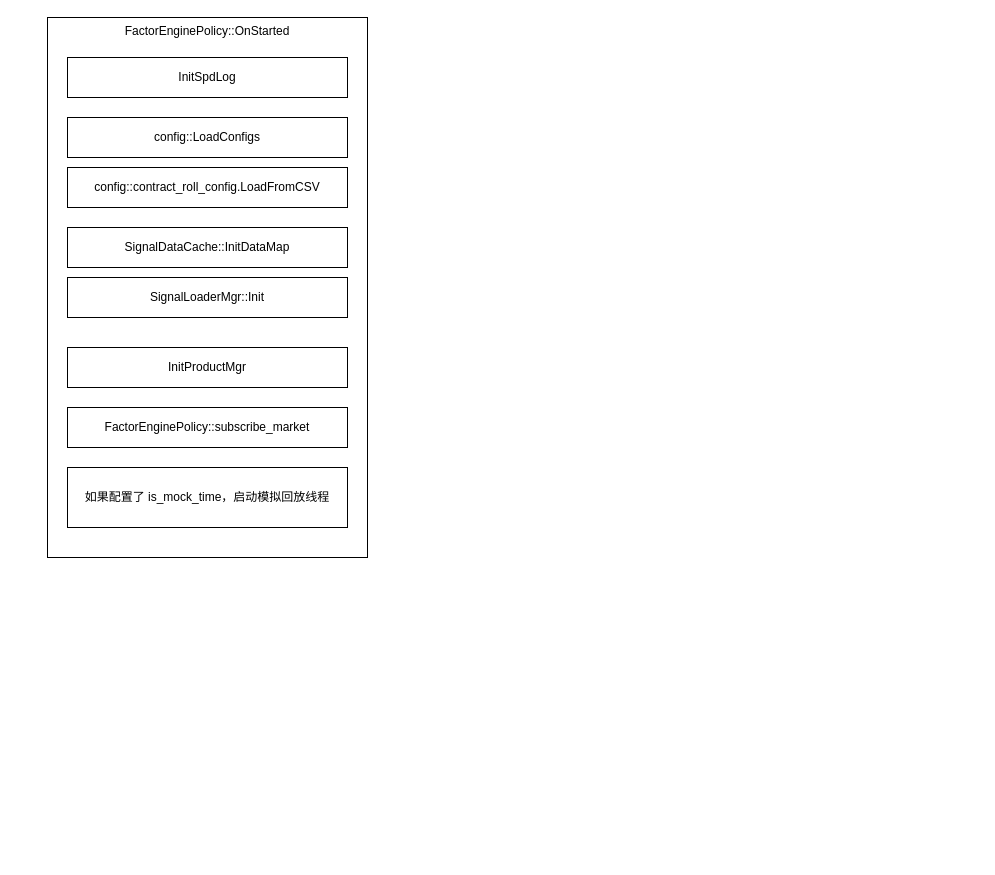
Earlier version of the draw.io diagram capella-signal-code.drawio (zhaxd123/drawio). Source tidied: cells renumbered, new cells numbered last; positions are measured from the earlier drawing's top-left corner, leaving out a move shared by most shapes. Both pictures are drawn from the tidied source at 100%, with x=0, y=0 at pixel (47, 17).
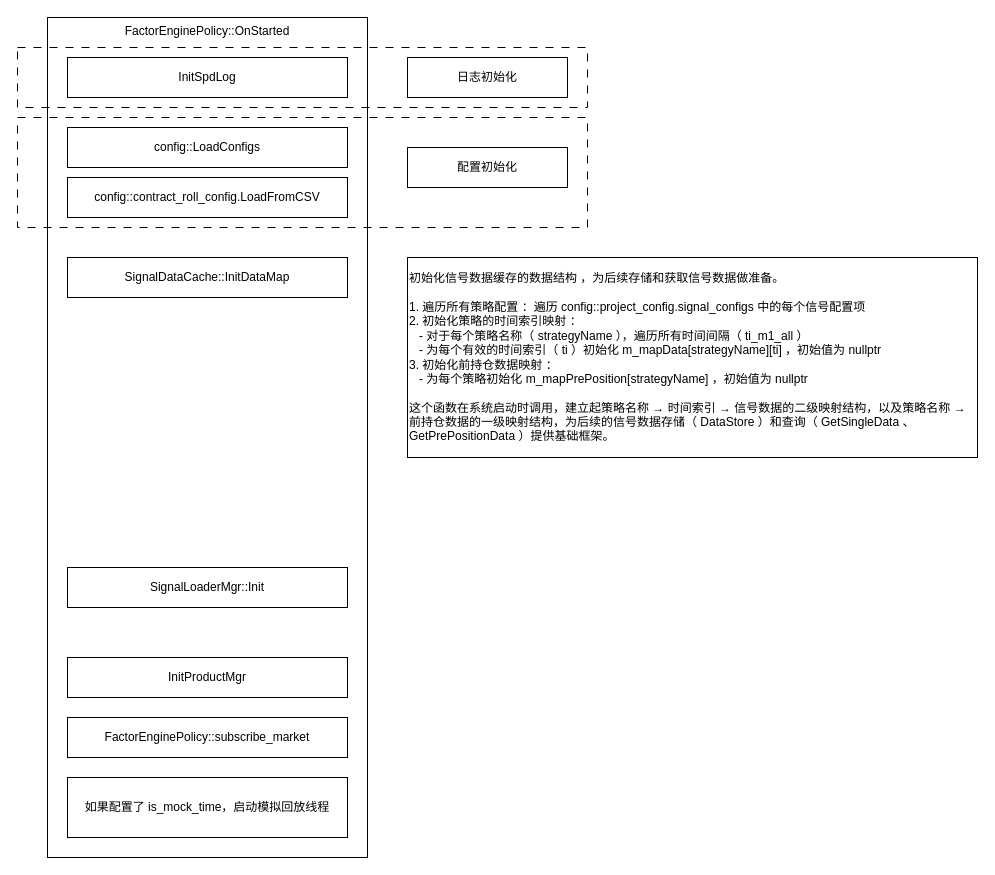
The same page after the edit.

What changed in the source:
```diff
@@
 <mxGraphModel>
   <root>
     <mxCell id="0" />
     <mxCell id="1" parent="0" />
     <mxCell id="2" value="FactorEnginePolicy::OnStarted" style="rounded=0;whiteSpace=wrap;html=1;verticalAlign=top;" parent="1" vertex="1">
-      <mxGeometry width="320" height="540" as="geometry" />
+      <mxGeometry width="320" height="840" as="geometry" />
     </mxCell>
     <mxCell id="3" value="InitSpdLog" style="rounded=0;whiteSpace=wrap;html=1;" parent="1" vertex="1">
       <mxGeometry x="20" y="40" width="280" height="40" as="geometry" />
     </mxCell>
     <mxCell id="4" value="config::LoadConfigs" style="rounded=0;whiteSpace=wrap;html=1;" parent="1" vertex="1">
-      <mxGeometry x="20" y="100" width="280" height="40" as="geometry" />
+      <mxGeometry x="20" y="110" width="280" height="40" as="geometry" />
     </mxCell>
     <mxCell id="5" value="config::contract_roll_config.LoadFromCSV" style="rounded=0;whiteSpace=wrap;html=1;" parent="1" vertex="1">
-      <mxGeometry x="20" y="150" width="280" height="40" as="geometry" />
+      <mxGeometry x="20" y="160" width="280" height="40" as="geometry" />
     </mxCell>
-    <mxCell id="6" value="SignalDataCache::InitDataMap" style="rounded=0;whiteSpace=wrap;html=1;" parent="1" vertex="1">
-      <mxGeometry x="20" y="210" width="280" height="40" as="geometry" />
-    </mxCell>
-    <mxCell id="7" value="SignalLoaderMgr::Init" style="rounded=0;whiteSpace=wrap;html=1;" parent="1" vertex="1">
-      <mxGeometry x="20" y="260" width="280" height="40" as="geometry" />
-    </mxCell>
     <mxCell id="8" value="InitProductMgr" style="rounded=0;whiteSpace=wrap;html=1;" parent="1" vertex="1">
-      <mxGeometry x="20" y="330" width="280" height="40" as="geometry" />
+      <mxGeometry x="20" y="640" width="280" height="40" as="geometry" />
     </mxCell>
     <mxCell id="9" value="FactorEnginePolicy::subscribe_market" style="rounded=0;whiteSpace=wrap;html=1;" parent="1" vertex="1">
-      <mxGeometry x="20" y="390" width="280" height="40" as="geometry" />
+      <mxGeometry x="20" y="700" width="280" height="40" as="geometry" />
     </mxCell>
     <mxCell id="10" value="如果配置了&amp;nbsp;is_mock_time，启动模拟回放线程" style="rounded=0;whiteSpace=wrap;html=1;" parent="1" vertex="1">
-      <mxGeometry x="20" y="450" width="280" height="60" as="geometry" />
+      <mxGeometry x="20" y="760" width="280" height="60" as="geometry" />
     </mxCell>
+    <mxCell id="11" value="日志初始化" style="rounded=0;whiteSpace=wrap;html=1;" parent="1" vertex="1">
+      <mxGeometry x="360" y="40" width="160" height="40" as="geometry" />
+    </mxCell>
+    <mxCell id="12" style="rounded=0;whiteSpace=wrap;html=1;fillColor=none;dashed=1;dashPattern=8 8;" parent="1" vertex="1">
+      <mxGeometry x="-30" y="100" width="570" height="110" as="geometry" />
+    </mxCell>
+    <mxCell id="13" style="rounded=0;whiteSpace=wrap;html=1;fillColor=none;dashed=1;dashPattern=8 8;" parent="1" vertex="1">
+      <mxGeometry x="-30" y="30" width="570" height="60" as="geometry" />
+    </mxCell>
+    <mxCell id="14" value="配置初始化" style="rounded=0;whiteSpace=wrap;html=1;" parent="1" vertex="1">
+      <mxGeometry x="360" y="130" width="160" height="40" as="geometry" />
+    </mxCell>
+    <mxCell id="6" value="SignalDataCache::InitDataMap" style="rounded=0;whiteSpace=wrap;html=1;" parent="1" vertex="1">
+      <mxGeometry x="20" y="240" width="280" height="40" as="geometry" />
+    </mxCell>
+    <mxCell id="7" value="SignalLoaderMgr::Init" style="rounded=0;whiteSpace=wrap;html=1;" parent="1" vertex="1">
+      <mxGeometry x="20" y="550" width="280" height="40" as="geometry" />
+    </mxCell>
+    <mxCell id="15" value="&lt;div&gt;初始化信号数据缓存的数据结构 ，为后续存储和获取信号数据做准备。&lt;/div&gt;&lt;div&gt;&lt;br&gt;&lt;/div&gt;&lt;div&gt;1. 遍历所有策略配置 ：遍历 config::project_config.signal_configs 中的每个信号配置项&lt;/div&gt;&lt;div&gt;2. 初始化策略的时间索引映射 ：&lt;/div&gt;&lt;div&gt;&amp;nbsp; &amp;nbsp;- 对于每个策略名称（ strategyName ），遍历所有时间间隔（ ti_m1_all ）&lt;/div&gt;&lt;div&gt;&amp;nbsp; &amp;nbsp;- 为每个有效的时间索引（ ti ）初始化 m_mapData[strategyName][ti] ，初始值为 nullptr&lt;/div&gt;&lt;div&gt;3. 初始化前持仓数据映射 ：&lt;/div&gt;&lt;div&gt;&amp;nbsp; &amp;nbsp;- 为每个策略初始化 m_mapPrePosition[strategyName] ，初始值为 nullptr&lt;/div&gt;&lt;div&gt;&lt;br&gt;&lt;/div&gt;&lt;div&gt;这个函数在系统启动时调用，建立起策略名称 → 时间索引 → 信号数据的二级映射结构，以及策略名称 → 前持仓数据的一级映射结构，为后续的信号数据存储（ DataStore ）和查询（ GetSingleData 、 GetPrePositionData ）提供基础框架。&lt;/div&gt;" style="rounded=0;whiteSpace=wrap;html=1;align=left;" parent="1" vertex="1">
+      <mxGeometry x="360" y="240" width="570" height="200" as="geometry" />
+    </mxCell>
   </root>
 </mxGraphModel>
```
